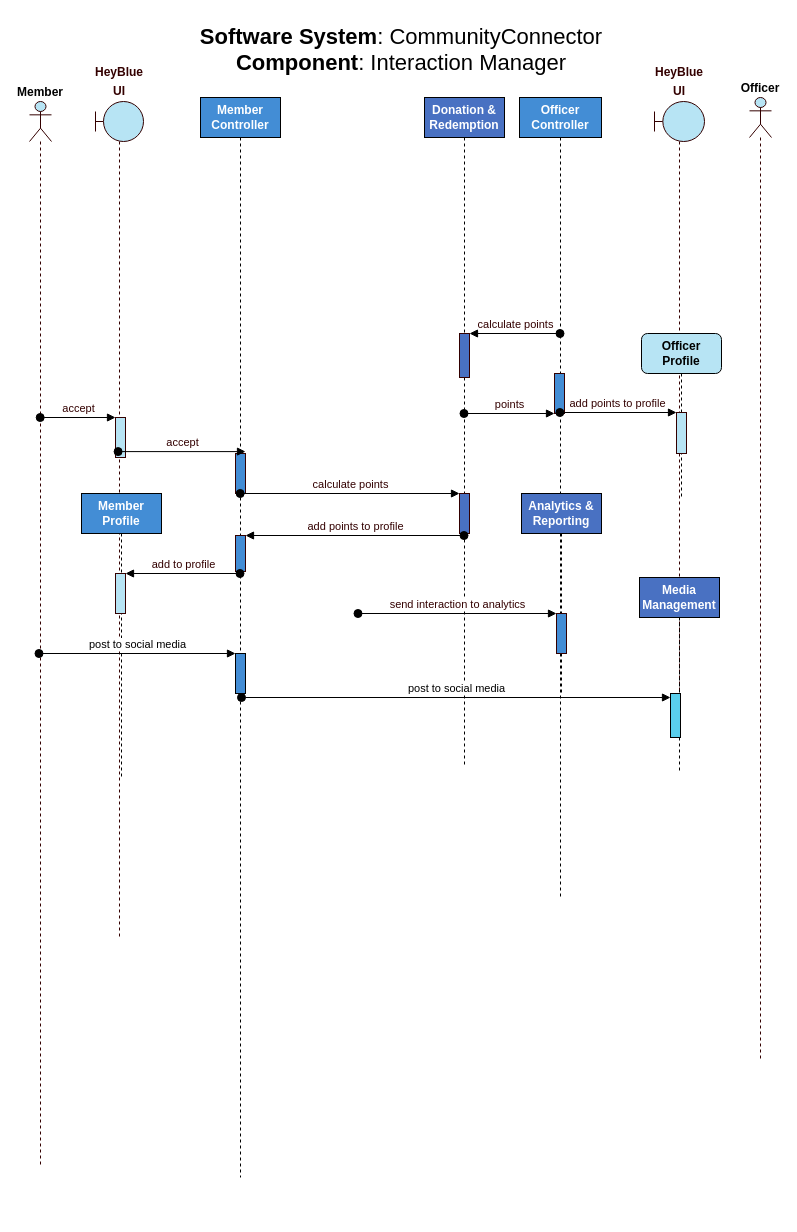
Above: page "Share" (3 of 7) of Solution/Interaction Manager/Sequence Diagram.drawio in ITDependsQ42022/Hey-Blue (draw.io), before the change. Source tidied: cells renumbered, new cells numbered last; positions are measured from the earlier drawing's top-left corner, leaving out a move shared by most shapes. Both pictures are drawn from the tidied source at 100%, with x=0, y=0 at pixel (29, 17). Pictures stored in the file or linked from it are replaced by grey dashed boxes.
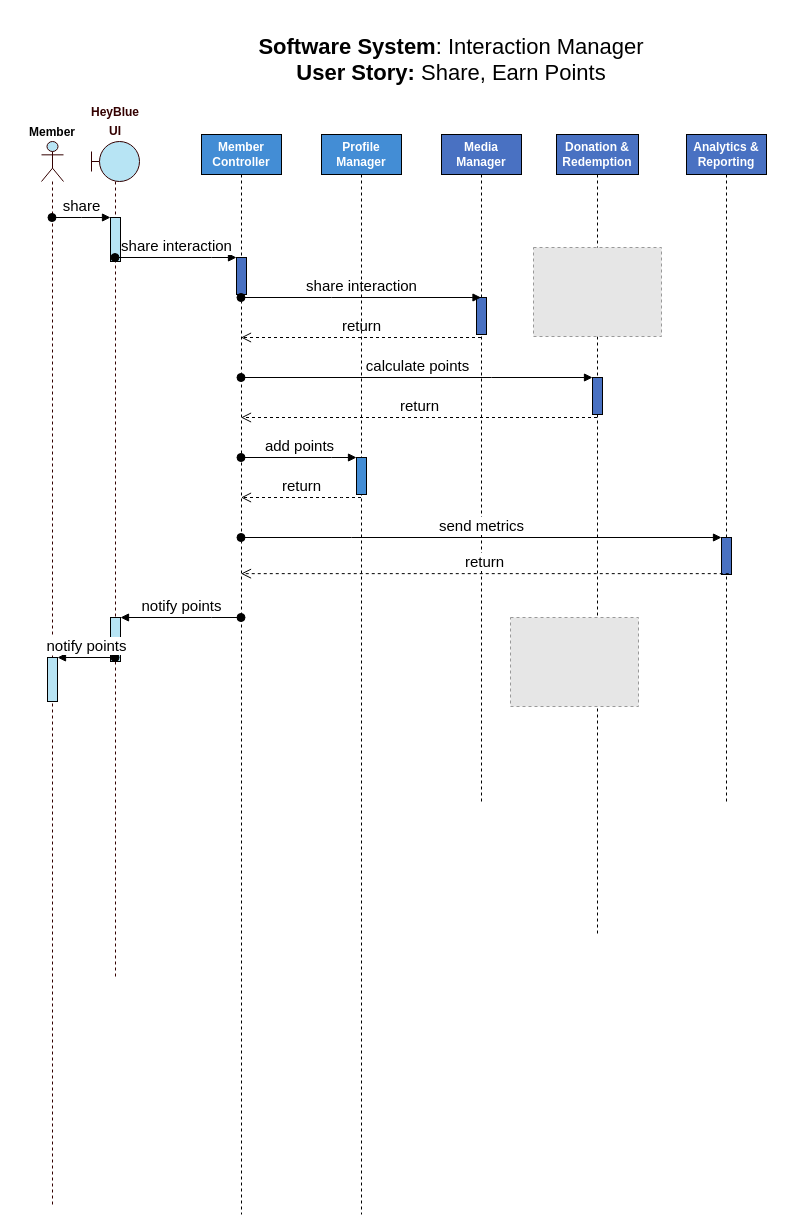
Above is the later version.

The edit, as a diff of the source:
```diff
@@
-    <mxCell id="2" value="&lt;b&gt;&lt;font style=&quot;font-size: 12px;&quot; color=&quot;#330000&quot;&gt;HeyBlue UI&lt;/font&gt;&lt;/b&gt;" style="shape=umlLifeline;participant=umlBoundary;perimeter=lifelinePerimeter;whiteSpace=wrap;html=1;verticalAlign=bottom;spacingTop=36;strokeColor=#330000;fontSize=16;fontColor=#990000;fillColor=#B7E4F4;size=40;horizontal=1;labelPosition=center;verticalLabelPosition=top;align=center;" parent="1" vertex="1">
-      <mxGeometry x="625" y="84" width="50" height="596" as="geometry" />
-    </mxCell>
-    <mxCell id="3" value="Officer" style="shape=umlLifeline;participant=umlActor;perimeter=lifelinePerimeter;whiteSpace=wrap;html=1;verticalAlign=bottom;spacingTop=36;shadow=0;sketch=0;fontFamily=Helvetica;fontSize=12;fillColor=#B7E4F4;strokeColor=#330000;labelPosition=center;verticalLabelPosition=top;align=center;fontStyle=1;" parent="1" vertex="1">
-      <mxGeometry x="720" y="80" width="22" height="961" as="geometry" />
-    </mxCell>
     <mxCell id="4" value="Member" style="shape=umlLifeline;participant=umlActor;perimeter=lifelinePerimeter;whiteSpace=wrap;html=1;verticalAlign=bottom;spacingTop=36;outlineConnect=0;shadow=0;sketch=0;fontFamily=Helvetica;fontSize=12;fillColor=#B7E4F4;strokeColor=#330000;labelPosition=center;verticalLabelPosition=top;align=center;fontStyle=1;" parent="1" vertex="1">
-      <mxGeometry y="84" width="22" height="1066" as="geometry" />
+      <mxGeometry x="12" y="124" width="22" height="1066" as="geometry" />
     </mxCell>
+    <mxCell id="36" style="html=1;points=[];perimeter=orthogonalPerimeter;fontFamily=Helvetica;fontSize=15;fontColor=#000000;fillColor=#B7E4F4;" parent="4" vertex="1">
+      <mxGeometry x="6" y="516" width="10" height="44" as="geometry" />
+    </mxCell>
     <mxCell id="5" value="&lt;b&gt;Member&lt;br&gt;Controller&lt;/b&gt;" style="shape=umlLifeline;perimeter=lifelinePerimeter;whiteSpace=wrap;html=1;outlineConnect=0;rounded=0;fillColor=#438DD5;fontColor=#FFFFFF;" parent="1" vertex="1">
-      <mxGeometry x="171" y="80" width="80" height="1080" as="geometry" />
+      <mxGeometry x="172" y="117" width="80" height="1080" as="geometry" />
     </mxCell>
-    <mxCell id="6" style="html=1;perimeter=orthogonalPerimeter;strokeColor=#330000;fontSize=11;fontColor=#330000;fillColor=#438DD5;" parent="5" vertex="1">
-      <mxGeometry x="35" y="356" width="10" height="40" as="geometry" />
-    </mxCell>
-    <mxCell id="7" style="html=1;points=[];perimeter=orthogonalPerimeter;strokeColor=#330000;fontSize=11;fontColor=#330000;fillColor=#438DD5;" parent="5" vertex="1">
-      <mxGeometry x="35" y="438" width="10" height="36" as="geometry" />
-    </mxCell>
-    <mxCell id="8" style="html=1;points=[];perimeter=orthogonalPerimeter;fillColor=#438DD5;" parent="5" vertex="1">
-      <mxGeometry x="35" y="556" width="10" height="40" as="geometry" />
-    </mxCell>
+    <mxCell id="37" style="html=1;points=[];perimeter=orthogonalPerimeter;fontFamily=Helvetica;fontSize=15;fontColor=#000000;fillColor=#4971C2;" parent="5" vertex="1">
+      <mxGeometry x="35" y="123" width="10" height="37" as="geometry" />
+    </mxCell>
-    <mxCell id="9" value="&lt;b&gt;Officer&lt;br&gt;Controller&lt;/b&gt;" style="shape=umlLifeline;perimeter=lifelinePerimeter;whiteSpace=wrap;html=1;outlineConnect=0;rounded=0;fillColor=#438DD5;fontColor=#FFFFFF;" parent="1" vertex="1">
-      <mxGeometry x="490" y="80" width="82" height="800" as="geometry" />
+    <mxCell id="9" value="&lt;b&gt;Donation &amp;amp; Redemption&lt;/b&gt;" style="shape=umlLifeline;perimeter=lifelinePerimeter;whiteSpace=wrap;html=1;outlineConnect=0;rounded=0;fillColor=#4971C2;fontColor=#FFFFFF;" parent="1" vertex="1">
+      <mxGeometry x="527" y="117" width="82" height="800" as="geometry" />
     </mxCell>
-    <mxCell id="10" style="html=1;points=[];perimeter=orthogonalPerimeter;strokeColor=#330000;fontSize=11;fontColor=#330000;fillColor=#438DD5;" parent="9" vertex="1">
-      <mxGeometry x="35" y="276" width="10" height="40" as="geometry" />
-    </mxCell>
-    <mxCell id="11" value="&lt;b&gt;Software System&lt;/b&gt;: CommunityConnector&lt;br&gt;&lt;b&gt;Component&lt;/b&gt;: Interaction Manager" style="text;html=1;strokeColor=none;fillColor=none;align=center;verticalAlign=top;whiteSpace=wrap;rounded=0;fontSize=22;" parent="1" vertex="1">
-      <mxGeometry x="132" width="480" height="80" as="geometry" />
-    </mxCell>
+    <mxCell id="38" style="html=1;points=[];perimeter=orthogonalPerimeter;fontFamily=Helvetica;fontSize=15;fontColor=#000000;fillColor=#4971C2;" parent="9" vertex="1">
+      <mxGeometry x="36" y="243" width="10" height="37" as="geometry" />
+    </mxCell>
+    <mxCell id="39" style="fillColor=#E6E6E6;strokeColor=#999999;dashed=1;verticalLabelPosition=bottom;labelBackgroundColor=default;verticalAlign=top;" parent="9" vertex="1">
+      <mxGeometry x="-23" y="113" width="128" height="89" as="geometry" />
+    </mxCell>
+    <mxCell id="40" style="fillColor=#E6E6E6;strokeColor=#999999;dashed=1;verticalLabelPosition=bottom;labelBackgroundColor=default;verticalAlign=top;" parent="9" vertex="1">
+      <mxGeometry x="-46" y="483" width="128" height="89" as="geometry" />
+    </mxCell>
     <mxCell id="12" value="&lt;font color=&quot;#330000&quot;&gt;&lt;span style=&quot;font-size: 12px;&quot;&gt;&lt;b&gt;HeyBlue UI&lt;/b&gt;&lt;/span&gt;&lt;/font&gt;" style="shape=umlLifeline;participant=umlBoundary;perimeter=lifelinePerimeter;whiteSpace=wrap;html=1;verticalAlign=bottom;spacingTop=36;outlineConnect=0;strokeColor=#330000;fontSize=16;fontColor=#990000;fillColor=#B7E4F4;size=40;horizontal=1;labelPosition=center;verticalLabelPosition=top;align=center;" parent="1" vertex="1">
-      <mxGeometry x="66" y="84" width="48" height="836" as="geometry" />
+      <mxGeometry x="62" y="124" width="48" height="836" as="geometry" />
     </mxCell>
-    <mxCell id="13" style="html=1;points=[];perimeter=orthogonalPerimeter;strokeColor=#330000;fontSize=11;fontColor=#330000;fillColor=#B7E4F4;" parent="12" vertex="1">
-      <mxGeometry x="20" y="316" width="10" height="40" as="geometry" />
-    </mxCell>
+    <mxCell id="41" style="html=1;points=[];perimeter=orthogonalPerimeter;fontFamily=Helvetica;fontSize=15;fontColor=#000000;fillColor=#B7E4F4;" parent="12" vertex="1">
+      <mxGeometry x="19" y="76" width="10" height="44" as="geometry" />
+    </mxCell>
+    <mxCell id="42" style="html=1;points=[];perimeter=orthogonalPerimeter;fontFamily=Helvetica;fontSize=15;fontColor=#000000;fillColor=#B7E4F4;" parent="12" vertex="1">
+      <mxGeometry x="19" y="476" width="10" height="44" as="geometry" />
+    </mxCell>
-    <mxCell id="14" value="&lt;b&gt;Donation &amp;amp; Redemption&lt;/b&gt;" style="shape=umlLifeline;perimeter=lifelinePerimeter;whiteSpace=wrap;html=1;outlineConnect=0;rounded=0;fillColor=#4971C2;fontColor=#FFFFFF;" parent="1" vertex="1">
-      <mxGeometry x="395" y="80" width="80" height="670" as="geometry" />
+    <mxCell id="14" value="&lt;b&gt;Media&lt;br&gt;Manager&lt;br&gt;&lt;/b&gt;" style="shape=umlLifeline;perimeter=lifelinePerimeter;whiteSpace=wrap;html=1;outlineConnect=0;rounded=0;fillColor=#4971C2;fontColor=#FFFFFF;" parent="1" vertex="1">
+      <mxGeometry x="412" y="117" width="80" height="670" as="geometry" />
     </mxCell>
-    <mxCell id="15" style="html=1;points=[];perimeter=orthogonalPerimeter;strokeColor=#330000;fontSize=12;fontColor=#330000;fillColor=#4971C2;" parent="14" vertex="1">
-      <mxGeometry x="35" y="396" width="10" height="40" as="geometry" />
-    </mxCell>
-    <mxCell id="16" style="html=1;points=[];perimeter=orthogonalPerimeter;strokeColor=#330000;fontSize=11;fontColor=#330000;fillColor=#4971C2;" parent="14" vertex="1">
-      <mxGeometry x="35" y="236" width="10" height="44" as="geometry" />
-    </mxCell>
+    <mxCell id="43" style="html=1;perimeter=orthogonalPerimeter;fontFamily=Helvetica;fontSize=15;fontColor=#000000;fillColor=#4971C2;" parent="14" vertex="1">
+      <mxGeometry x="35" y="163" width="10" height="37" as="geometry" />
+    </mxCell>
-    <mxCell id="17" value="&lt;b&gt;Analytics &amp;amp;&lt;br&gt;Reporting&lt;/b&gt;" style="shape=umlLifeline;perimeter=lifelinePerimeter;whiteSpace=wrap;html=1;rounded=0;fillColor=#4971C2;fontColor=#FFFFFF;" parent="1" vertex="1">
-      <mxGeometry x="492" y="476" width="80" height="200" as="geometry" />
+    <mxCell id="17" value="&lt;b&gt;Analytics &amp;amp;&lt;br&gt;Reporting&lt;br&gt;&lt;/b&gt;" style="shape=umlLifeline;perimeter=lifelinePerimeter;whiteSpace=wrap;html=1;rounded=0;fillColor=#4971C2;fontColor=#FFFFFF;" parent="1" vertex="1">
+      <mxGeometry x="657" y="117" width="80" height="670" as="geometry" />
     </mxCell>
-    <mxCell id="18" style="html=1;points=[];perimeter=orthogonalPerimeter;strokeColor=#330000;fontSize=11;fontColor=#330000;fillColor=#438DD5;" parent="17" vertex="1">
-      <mxGeometry x="35" y="120" width="10" height="40" as="geometry" />
-    </mxCell>
-    <mxCell id="19" value="accept" style="html=1;verticalAlign=bottom;startArrow=oval;endArrow=block;startSize=8;rounded=0;fontSize=11;fontColor=#330000;" parent="1" edge="1" target="13">
-      <mxGeometry relative="1" as="geometry">
-        <mxPoint x="10.7" y="400" as="sourcePoint" />
-      </mxGeometry>
-    </mxCell>
-    <mxCell id="20" value="accept" style="html=1;verticalAlign=bottom;startArrow=oval;endArrow=block;startSize=8;rounded=0;fontSize=11;fontColor=#330000;exitX=0.261;exitY=1.002;exitDx=0;exitDy=0;exitPerimeter=0;" parent="1" edge="1">
-      <mxGeometry relative="1" as="geometry">
-        <mxPoint x="88.6" y="434.1" as="sourcePoint" />
-        <mxPoint x="216" y="434.1" as="targetPoint" />
-      </mxGeometry>
-    </mxCell>
-    <mxCell id="21" value="&lt;font style=&quot;font-size: 11px;&quot;&gt;calculate points&lt;/font&gt;" style="html=1;verticalAlign=bottom;startArrow=oval;endArrow=block;startSize=8;rounded=0;fontSize=12;fontColor=#330000;" parent="1" edge="1" target="15">
-      <mxGeometry relative="1" as="geometry">
-        <mxPoint x="210.7" y="476" as="sourcePoint" />
-      </mxGeometry>
-    </mxCell>
-    <mxCell id="22" value="&lt;b&gt;Member&lt;br&gt;Profile&lt;/b&gt;" style="shape=umlLifeline;perimeter=lifelinePerimeter;whiteSpace=wrap;html=1;rounded=0;fillColor=#438DD5;fontColor=#FFFFFF;" parent="1" vertex="1">
-      <mxGeometry x="52" y="476" width="80" height="284" as="geometry" />
-    </mxCell>
-    <mxCell id="23" style="html=1;points=[];perimeter=orthogonalPerimeter;strokeColor=#330000;fontSize=11;fontColor=#330000;fillColor=#B7E4F4;" parent="22" vertex="1">
-      <mxGeometry x="34" y="80" width="10" height="40" as="geometry" />
-    </mxCell>
-    <mxCell id="24" value="add to profile" style="html=1;verticalAlign=bottom;startArrow=oval;endArrow=block;startSize=8;rounded=0;fontSize=11;fontColor=#330000;" parent="1" edge="1" target="23">
-      <mxGeometry relative="1" as="geometry">
-        <mxPoint x="210.5" y="556" as="sourcePoint" />
-      </mxGeometry>
-    </mxCell>
-    <mxCell id="25" value="add points to profile" style="html=1;verticalAlign=bottom;startArrow=oval;endArrow=block;startSize=8;rounded=0;fontSize=11;fontColor=#330000;" parent="1" edge="1" target="7">
-      <mxGeometry relative="1" as="geometry">
-        <mxPoint x="434.5" y="518" as="sourcePoint" />
-      </mxGeometry>
-    </mxCell>
-    <mxCell id="26" value="calculate points" style="html=1;verticalAlign=bottom;startArrow=oval;endArrow=block;startSize=8;rounded=0;fontSize=11;fontColor=#330000;" parent="1" edge="1" target="16">
-      <mxGeometry relative="1" as="geometry">
-        <mxPoint x="530.5" y="316" as="sourcePoint" />
-      </mxGeometry>
-    </mxCell>
-    <mxCell id="27" value="points" style="html=1;verticalAlign=bottom;startArrow=oval;endArrow=block;startSize=8;rounded=0;fontSize=11;fontColor=#330000;fillColor=#B7E4F4;" parent="1" edge="1" source="14" target="10">
-      <mxGeometry relative="1" as="geometry" />
-    </mxCell>
-    <mxCell id="28" value="&lt;b&gt;Officer&lt;br&gt;Profile&lt;/b&gt;" style="shape=umlLifeline;perimeter=lifelinePerimeter;whiteSpace=wrap;html=1;rounded=1;fillColor=#B7E4F4;" parent="1" vertex="1">
-      <mxGeometry x="612" y="316" width="80" height="164" as="geometry" />
-    </mxCell>
-    <mxCell id="29" style="html=1;perimeter=orthogonalPerimeter;strokeColor=#330000;fontSize=11;fontColor=#330000;fillColor=#B7E4F4;" parent="28" vertex="1">
-      <mxGeometry x="35" y="79" width="10" height="41" as="geometry" />
-    </mxCell>
-    <mxCell id="30" value="add points to profile" style="html=1;verticalAlign=bottom;startArrow=oval;endArrow=block;startSize=8;rounded=0;fontSize=11;fontColor=#330000;fillColor=#B7E4F4;" parent="1" edge="1">
-      <mxGeometry relative="1" as="geometry">
-        <mxPoint x="530.4" y="395" as="sourcePoint" />
-        <mxPoint x="647" y="395" as="targetPoint" />
-      </mxGeometry>
-    </mxCell>
-    <mxCell id="31" value="send interaction to analytics" style="html=1;verticalAlign=bottom;startArrow=oval;endArrow=block;startSize=8;rounded=0;fontSize=11;fontColor=#330000;" parent="1" edge="1" target="18">
-      <mxGeometry relative="1" as="geometry">
-        <mxPoint x="328.5" y="596" as="sourcePoint" />
-      </mxGeometry>
-    </mxCell>
-    <mxCell id="32" value="&lt;b&gt;Media&lt;br&gt;Management&lt;/b&gt;" style="shape=umlLifeline;perimeter=lifelinePerimeter;whiteSpace=wrap;html=1;rounded=0;fillColor=#4971C2;fontColor=#FFFFFF;" parent="1" vertex="1">
-      <mxGeometry x="610" y="560" width="80" height="196" as="geometry" />
-    </mxCell>
-    <mxCell id="33" style="html=1;points=[];perimeter=orthogonalPerimeter;fillColor=#5ACFED;" parent="32" vertex="1">
-      <mxGeometry x="31" y="116" width="10" height="44" as="geometry" />
-    </mxCell>
-    <mxCell id="34" value="post to social media" style="html=1;verticalAlign=bottom;startArrow=oval;endArrow=block;startSize=8;rounded=0;" parent="1" edge="1" target="33">
-      <mxGeometry relative="1" as="geometry">
-        <mxPoint x="212" y="680" as="sourcePoint" />
-      </mxGeometry>
-    </mxCell>
-    <mxCell id="35" value="post to social media" style="html=1;verticalAlign=bottom;startArrow=oval;endArrow=block;startSize=8;rounded=0;" parent="1" edge="1" target="8">
-      <mxGeometry relative="1" as="geometry">
-        <mxPoint x="9.5" y="636" as="sourcePoint" />
-      </mxGeometry>
-    </mxCell>
+    <mxCell id="44" style="html=1;points=[];perimeter=orthogonalPerimeter;fontFamily=Helvetica;fontSize=15;fontColor=#000000;fillColor=#4971C2;" parent="17" vertex="1">
+      <mxGeometry x="35" y="403" width="10" height="37" as="geometry" />
+    </mxCell>
+    <mxCell id="45" value="share" style="html=1;verticalAlign=bottom;startArrow=oval;endArrow=block;startSize=8;rounded=0;fontFamily=Helvetica;fontSize=15;fontColor=#000000;" parent="1" edge="1" source="4" target="41">
+      <mxGeometry relative="1" as="geometry">
+        <Array as="points">
+          <mxPoint x="52" y="200" />
+        </Array>
+      </mxGeometry>
+    </mxCell>
+    <mxCell id="46" value="share interaction" style="html=1;verticalAlign=bottom;startArrow=oval;endArrow=block;startSize=8;rounded=0;fontFamily=Helvetica;fontSize=15;fontColor=#000000;" parent="1" edge="1" source="5" target="14">
+      <mxGeometry relative="1" as="geometry">
+        <Array as="points">
+          <mxPoint x="302" y="280" />
+        </Array>
+      </mxGeometry>
+    </mxCell>
+    <mxCell id="47" value="share interaction" style="html=1;verticalAlign=bottom;startArrow=oval;endArrow=block;startSize=8;rounded=0;fontFamily=Helvetica;fontSize=15;fontColor=#000000;" parent="1" edge="1" source="12" target="37">
+      <mxGeometry relative="1" as="geometry">
+        <Array as="points">
+          <mxPoint x="182" y="240" />
+        </Array>
+      </mxGeometry>
+    </mxCell>
+    <mxCell id="48" value="return" style="html=1;verticalAlign=bottom;endArrow=open;dashed=1;endSize=8;rounded=0;fontFamily=Helvetica;fontSize=15;fontColor=#000000;" parent="1" edge="1" source="14" target="5">
+      <mxGeometry relative="1" as="geometry">
+        <Array as="points">
+          <mxPoint x="302" y="320" />
+        </Array>
+      </mxGeometry>
+    </mxCell>
+    <mxCell id="49" value="&lt;b&gt;Profile&lt;br&gt;Manager&lt;br&gt;&lt;/b&gt;" style="shape=umlLifeline;perimeter=lifelinePerimeter;whiteSpace=wrap;html=1;outlineConnect=0;rounded=0;fillColor=#438DD5;fontColor=#FFFFFF;" parent="1" vertex="1">
+      <mxGeometry x="292" y="117" width="80" height="1080" as="geometry" />
+    </mxCell>
+    <mxCell id="50" style="html=1;points=[];perimeter=orthogonalPerimeter;fontFamily=Helvetica;fontSize=15;fontColor=#000000;fillColor=#438DD5;" parent="49" vertex="1">
+      <mxGeometry x="35" y="323" width="10" height="37" as="geometry" />
+    </mxCell>
+    <mxCell id="51" value="calculate points" style="html=1;verticalAlign=bottom;startArrow=oval;endArrow=block;startSize=8;rounded=0;fontFamily=Helvetica;fontSize=15;fontColor=#000000;" parent="1" edge="1" source="5" target="38">
+      <mxGeometry relative="1" as="geometry">
+        <Array as="points">
+          <mxPoint x="462" y="360" />
+        </Array>
+      </mxGeometry>
+    </mxCell>
+    <mxCell id="52" value="return" style="html=1;verticalAlign=bottom;endArrow=open;dashed=1;endSize=8;rounded=0;fontFamily=Helvetica;fontSize=15;fontColor=#000000;" parent="1" edge="1" source="9" target="5">
+      <mxGeometry relative="1" as="geometry">
+        <Array as="points">
+          <mxPoint x="492" y="400" />
+        </Array>
+      </mxGeometry>
+    </mxCell>
+    <mxCell id="53" value="add points" style="html=1;verticalAlign=bottom;startArrow=oval;endArrow=block;startSize=8;rounded=0;fontFamily=Helvetica;fontSize=15;fontColor=#000000;" parent="1" edge="1" source="5" target="50">
+      <mxGeometry relative="1" as="geometry">
+        <Array as="points">
+          <mxPoint x="302" y="440" />
+        </Array>
+      </mxGeometry>
+    </mxCell>
+    <mxCell id="54" value="return" style="html=1;verticalAlign=bottom;endArrow=open;dashed=1;endSize=8;rounded=0;fontFamily=Helvetica;fontSize=15;fontColor=#000000;" parent="1" edge="1" source="49" target="5">
+      <mxGeometry relative="1" as="geometry">
+        <Array as="points">
+          <mxPoint x="312" y="480" />
+        </Array>
+      </mxGeometry>
+    </mxCell>
+    <mxCell id="55" value="send metrics" style="html=1;verticalAlign=bottom;startArrow=oval;endArrow=block;startSize=8;rounded=0;fontFamily=Helvetica;fontSize=15;fontColor=#000000;" parent="1" edge="1" source="5" target="44">
+      <mxGeometry relative="1" as="geometry">
+        <Array as="points">
+          <mxPoint x="322" y="520" />
+        </Array>
+      </mxGeometry>
+    </mxCell>
+    <mxCell id="56" value="return" style="html=1;verticalAlign=bottom;endArrow=open;dashed=1;endSize=8;rounded=0;fontFamily=Helvetica;fontSize=15;fontColor=#000000;exitX=0.725;exitY=0.977;exitDx=0;exitDy=0;exitPerimeter=0;" parent="1" edge="1" source="44" target="5">
+      <mxGeometry relative="1" as="geometry" />
+    </mxCell>
+    <mxCell id="57" value="notify points" style="html=1;verticalAlign=bottom;startArrow=oval;endArrow=block;startSize=8;rounded=0;fontFamily=Helvetica;fontSize=15;fontColor=#000000;" parent="1" edge="1" source="5" target="42">
+      <mxGeometry relative="1" as="geometry">
+        <Array as="points">
+          <mxPoint x="182" y="600" />
+        </Array>
+      </mxGeometry>
+    </mxCell>
+    <mxCell id="58" value="notify points" style="html=1;verticalAlign=bottom;startArrow=oval;endArrow=block;startSize=8;rounded=0;fontFamily=Helvetica;fontSize=15;fontColor=#000000;" parent="1" edge="1" source="12" target="36">
+      <mxGeometry relative="1" as="geometry" />
+    </mxCell>
+    <mxCell id="59" value="&lt;b&gt;Software System&lt;/b&gt;: Interaction Manager&lt;br&gt;&lt;b&gt;User Story: &lt;/b&gt;Share, Earn Points" style="text;html=1;strokeColor=none;fillColor=none;align=center;verticalAlign=top;whiteSpace=wrap;rounded=0;fontSize=22;" parent="1" vertex="1">
+      <mxGeometry x="182" y="10" width="480" height="80" as="geometry" />
+    </mxCell>
```
